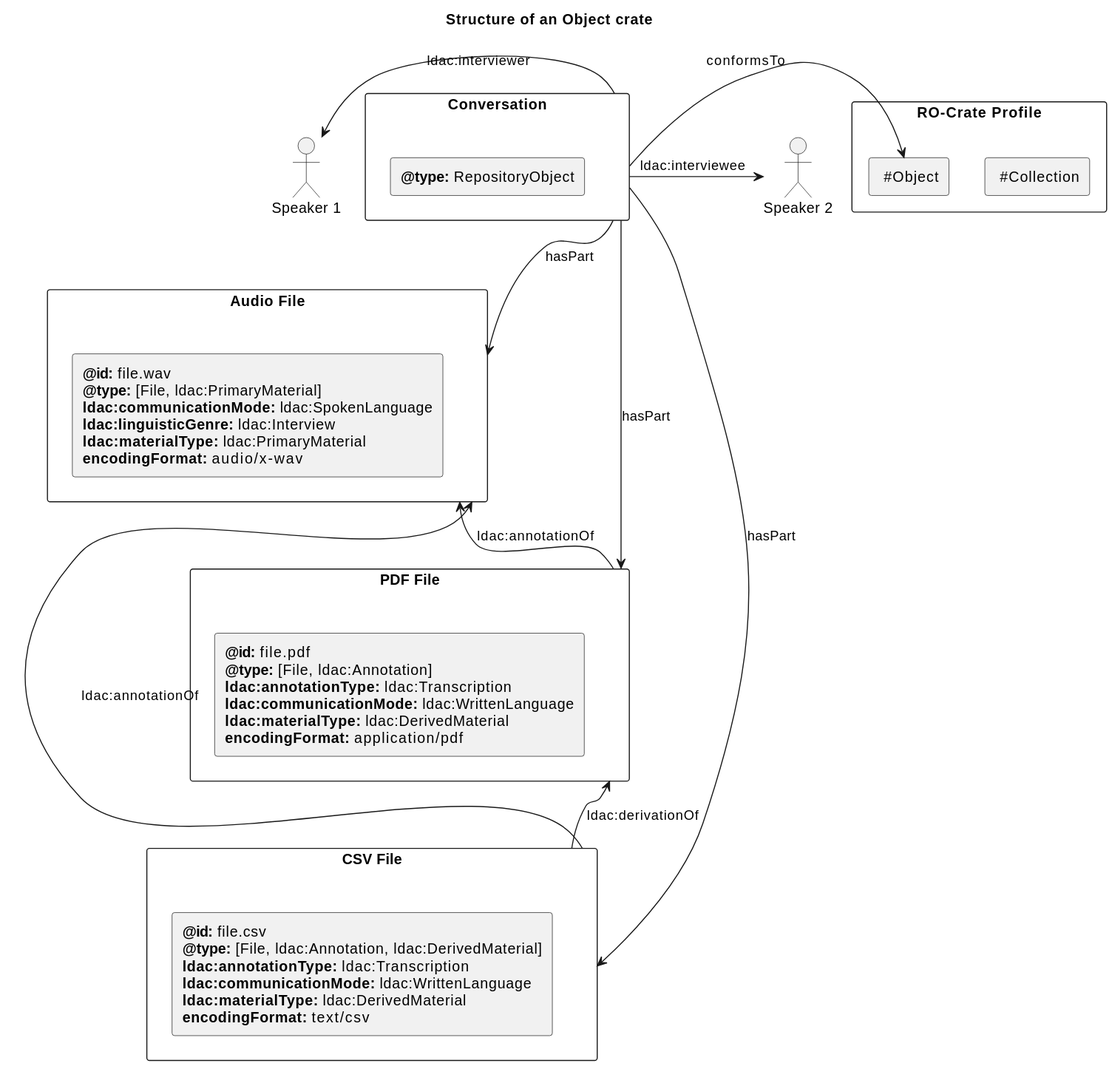
Before: profile/media/object-structure.svg, a diagram exported from PlantUML (Language-Research-Technology/ldac-profile).
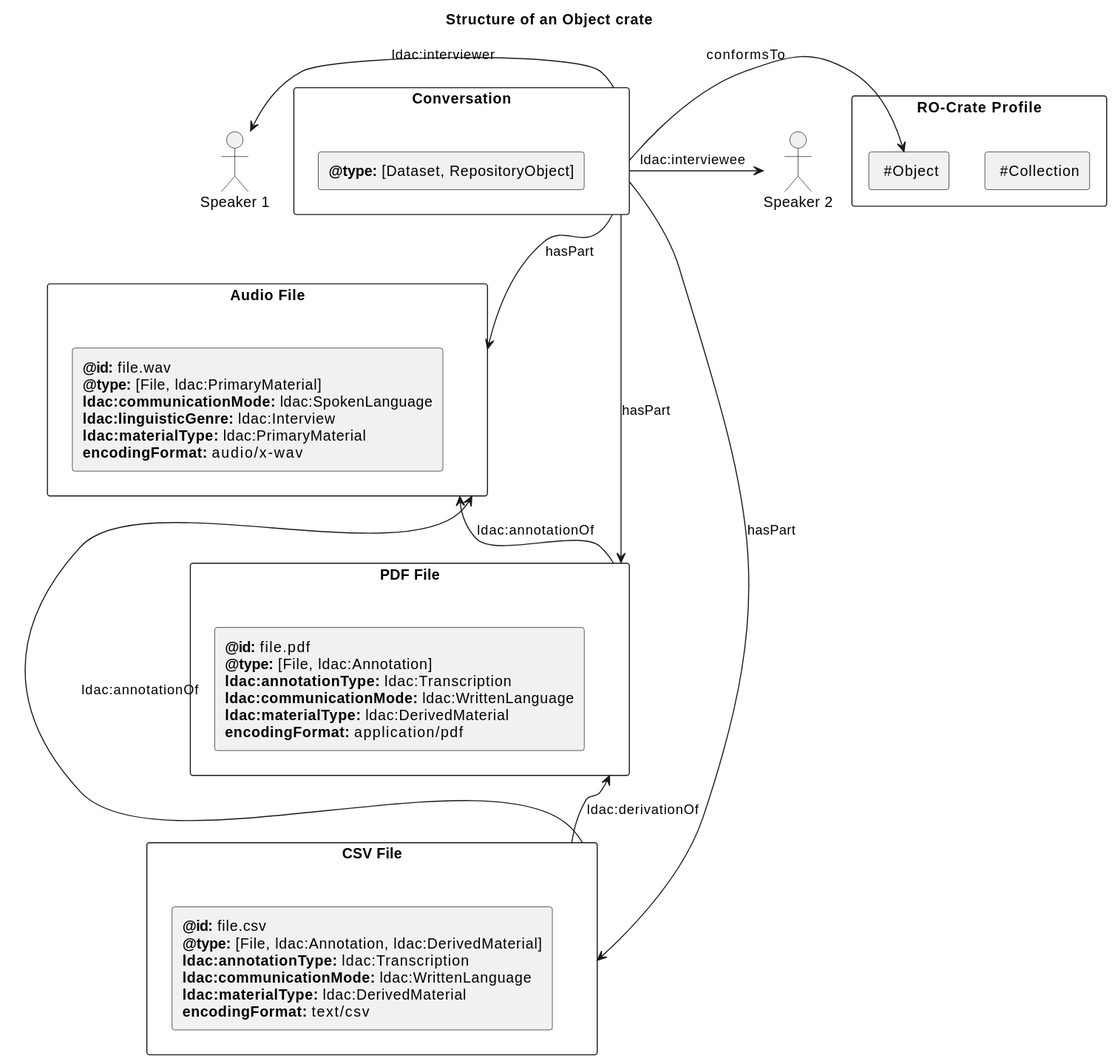
After the commit.

Commit message:
Updates related to Object level

Diff of the diagram source:
```diff
@@ -13,7 +13,7 @@
 rectangle "Conversation" as c1 {
 
 
- rectangle "<b>@type:</b> RepositoryObject"
+ rectangle "<b>@type:</b> [Dataset, RepositoryObject]"
 
 }
 rectangle "Audio File" as audio1 {
```
